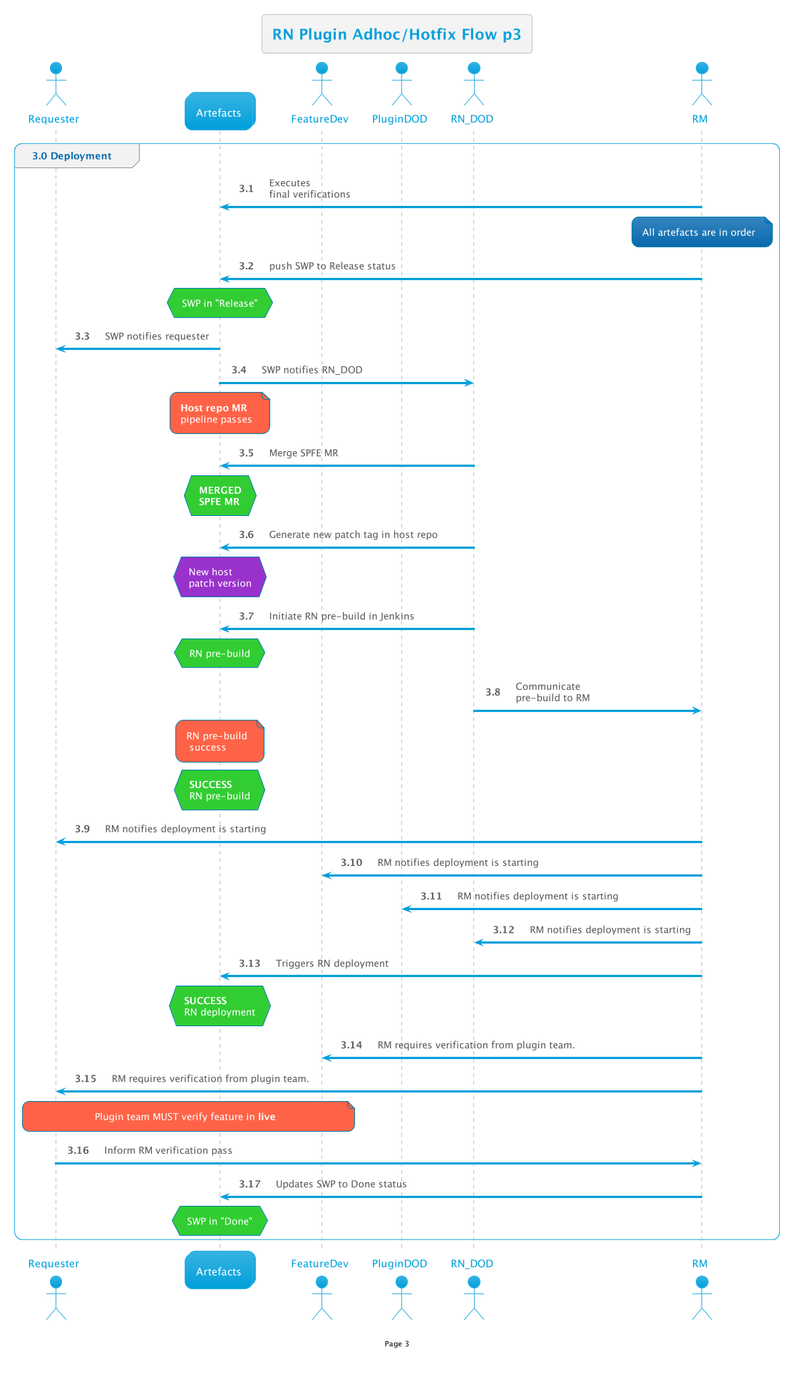
The PlantUML diagram out/RNReview/AdhocHotfixFlow/3/3.png in thetomitomo/diagrams, before a commit. Its diagram source:
```plantuml
@startuml

!$AutonumStart = 3

!include __init__

group 3.0 Deployment
    RM -> Art: Executes\nfinal verifications
    note over RM: All artefacts are in order
    RM -> Art: push SWP to Release status

    hnote over Art#LimeGreen: SWP in "Release"

    Art -> req: SWP notifies requester
    Art -> RN_DOD: SWP notifies RN_DOD


    note over Art#Tomato: <b>Host repo MR</b>\npipeline passes
    RN_DOD -> Art: Merge SPFE MR
    hnote over Art#LimeGreen:<b>MERGED\n<b>SPFE MR
    RN_DOD -> Art: Generate new patch tag in host repo
    hnote over Art#DarkOrchid:New host\npatch version
    RN_DOD -> Art: Initiate RN pre-build in Jenkins
    hnote over Art#LimeGreen:RN pre-build
    RN_DOD -> RM: Communicate\npre-build to RM

    note over Art#Tomato:RN pre-build\n success
    hnote over Art#LimeGreen:<b>SUCCESS\nRN pre-build

    RM->req: RM notifies deployment is starting
    RM->FeatDev: RM notifies deployment is starting
    RM->PluginDOD: RM notifies deployment is starting
    RM->RN_DOD: RM notifies deployment is starting
    RM -> Art: Triggers RN deployment
    hnote over Art#LimeGreen:<b>SUCCESS\nRN deployment

    RM -> FeatDev: RM requires verification from plugin team.
    RM -> req: RM requires verification from plugin team.
    note over req,FeatDev #Tomato: Plugin team MUST verify feature in <b>live</b>
    req -> RM: Inform RM verification pass

    RM -> Art: Updates SWP to Done status
    hnote over Art#LimeGreen: SWP in "Done"
end

@enduml
```
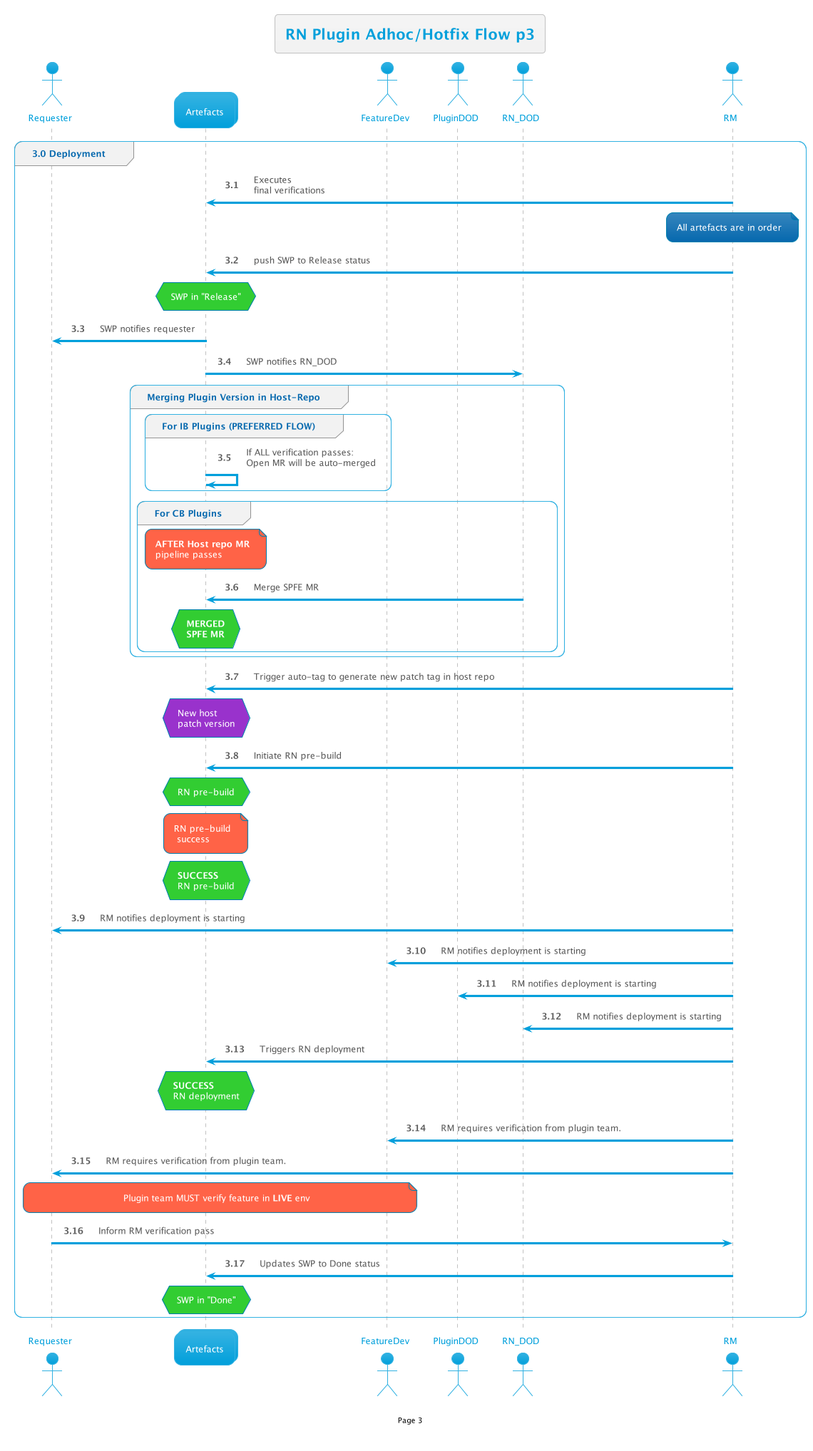
After the commit.

What changed in the source:
```diff
@@ -14,15 +14,21 @@
     Art -> req: SWP notifies requester
     Art -> RN_DOD: SWP notifies RN_DOD
 
+    group Merging Plugin Version in Host-Repo
+        group For IB Plugins (PREFERRED FLOW)
+           Art -> Art: If ALL verification passes:\nOpen MR will be auto-merged
+        end
+        group For CB Plugins
+            note over Art#Tomato: <b>AFTER Host repo MR</b>\npipeline passes
+            RN_DOD -> Art: Merge SPFE MR
+            hnote over Art#LimeGreen:<b>MERGED\n<b>SPFE MR
+        end
+    end
 
-    note over Art#Tomato: <b>Host repo MR</b>\npipeline passes
-    RN_DOD -> Art: Merge SPFE MR
-    hnote over Art#LimeGreen:<b>MERGED\n<b>SPFE MR
-    RN_DOD -> Art: Generate new patch tag in host repo
+    RM -> Art: Trigger auto-tag to generate new patch tag in host repo
     hnote over Art#DarkOrchid:New host\npatch version
-    RN_DOD -> Art: Initiate RN pre-build in Jenkins
+    RM -> Art: Initiate RN pre-build
     hnote over Art#LimeGreen:RN pre-build
-    RN_DOD -> RM: Communicate\npre-build to RM
 
     note over Art#Tomato:RN pre-build\n success
     hnote over Art#LimeGreen:<b>SUCCESS\nRN pre-build
@@ -36,7 +42,7 @@
 
     RM -> FeatDev: RM requires verification from plugin team.
     RM -> req: RM requires verification from plugin team.
-    note over req,FeatDev #Tomato: Plugin team MUST verify feature in <b>live</b>
+    note over req,FeatDev #Tomato: Plugin team MUST verify feature in <b>LIVE</b> env
     req -> RM: Inform RM verification pass
 
     RM -> Art: Updates SWP to Done status
```
